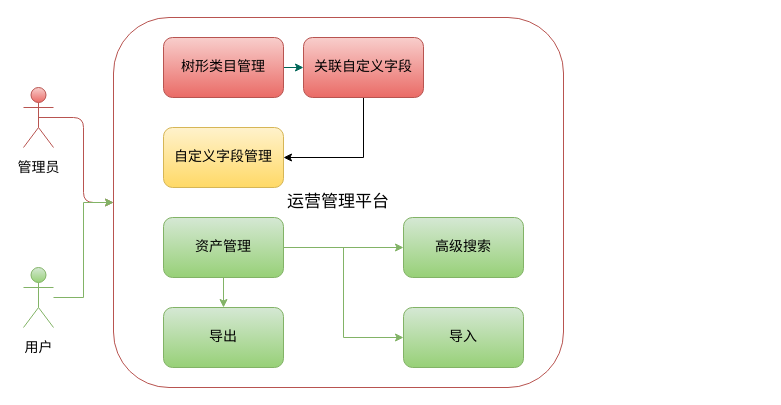
Earlier version of the draw.io diagram work/service_portal/运营管理平台架构图.drawio (jiswordsman/diagram). Source tidied: cells renumbered, new cells numbered last; positions are measured from the earlier drawing's top-left corner, leaving out a move shared by most shapes. Both pictures are drawn from the tidied source at 100%, with x=0, y=0 at pixel (23, 17).
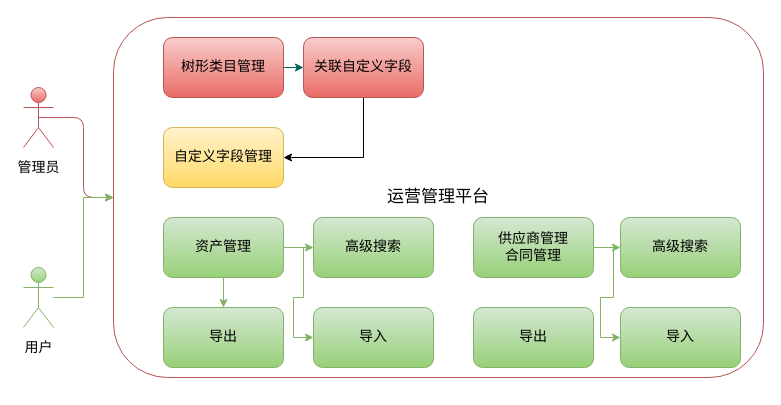
The same page after the edit.

Commit message:
更新运营管理平台架构图.drawio

The edit, as a diff of the source:
```diff
@@
     <mxCell id="4" value="&lt;font style=&quot;font-size: 17px;&quot;&gt;运营管理平台&lt;/font&gt;" style="rounded=1;whiteSpace=wrap;html=1;hachureGap=4;fontFamily=Architects Daughter;fontSize=14;fillColor=none;strokeColor=#b85450;gradientColor=#ea6b66;" parent="1" vertex="1">
-      <mxGeometry x="90" width="450" height="370" as="geometry" />
+      <mxGeometry x="90" width="650" height="360" as="geometry" />
     </mxCell>
@@
     <mxCell id="16" value="高级搜索" style="rounded=1;whiteSpace=wrap;html=1;hachureGap=4;fontFamily=Architects Daughter;fontSize=14;fillColor=#d5e8d4;strokeColor=#82b366;gradientColor=#97d077;" parent="1" vertex="1">
-      <mxGeometry x="380" y="200" width="120" height="60" as="geometry" />
+      <mxGeometry x="290" y="200" width="120" height="60" as="geometry" />
     </mxCell>
@@
     <mxCell id="18" value="导入" style="rounded=1;whiteSpace=wrap;html=1;hachureGap=4;fontFamily=Architects Daughter;fontSize=14;fillColor=#d5e8d4;strokeColor=#82b366;gradientColor=#97d077;" parent="1" vertex="1">
-      <mxGeometry x="380" y="290" width="120" height="60" as="geometry" />
+      <mxGeometry x="290" y="290" width="120" height="60" as="geometry" />
     </mxCell>
+    <mxCell id="19" style="edgeStyle=orthogonalEdgeStyle;rounded=1;hachureGap=4;jettySize=auto;html=1;entryX=0;entryY=0.5;entryDx=0;entryDy=0;strokeColor=#82b366;fontFamily=Architects Daughter;fontSize=17;fontColor=#5C5C5C;fillColor=#d5e8d4;gradientColor=#97d077;" parent="1" edge="1" source="21" target="22">
+      <mxGeometry relative="1" as="geometry" />
+    </mxCell>
+    <mxCell id="20" style="edgeStyle=orthogonalEdgeStyle;rounded=0;jettySize=auto;html=1;entryX=0;entryY=0.5;entryDx=0;entryDy=0;fillColor=#d5e8d4;strokeColor=#82b366;gradientColor=#97d077;" parent="1" edge="1" source="21" target="24">
+      <mxGeometry relative="1" as="geometry" />
+    </mxCell>
+    <mxCell id="21" value="供应商管理&lt;br&gt;合同管理" style="rounded=1;whiteSpace=wrap;html=1;hachureGap=4;fontFamily=Architects Daughter;fontSize=14;fillColor=#d5e8d4;strokeColor=#82b366;gradientColor=#97d077;" parent="1" vertex="1">
+      <mxGeometry x="450" y="200" width="120" height="60" as="geometry" />
+    </mxCell>
+    <mxCell id="22" value="高级搜索" style="rounded=1;whiteSpace=wrap;html=1;hachureGap=4;fontFamily=Architects Daughter;fontSize=14;fillColor=#d5e8d4;strokeColor=#82b366;gradientColor=#97d077;" parent="1" vertex="1">
+      <mxGeometry x="597" y="200" width="120" height="60" as="geometry" />
+    </mxCell>
+    <mxCell id="23" value="导出" style="rounded=1;whiteSpace=wrap;html=1;hachureGap=4;fontFamily=Architects Daughter;fontSize=14;fillColor=#d5e8d4;strokeColor=#82b366;gradientColor=#97d077;" parent="1" vertex="1">
+      <mxGeometry x="450" y="290" width="120" height="60" as="geometry" />
+    </mxCell>
+    <mxCell id="24" value="导入" style="rounded=1;whiteSpace=wrap;html=1;hachureGap=4;fontFamily=Architects Daughter;fontSize=14;fillColor=#d5e8d4;strokeColor=#82b366;gradientColor=#97d077;" parent="1" vertex="1">
+      <mxGeometry x="597" y="290" width="120" height="60" as="geometry" />
+    </mxCell>
```
